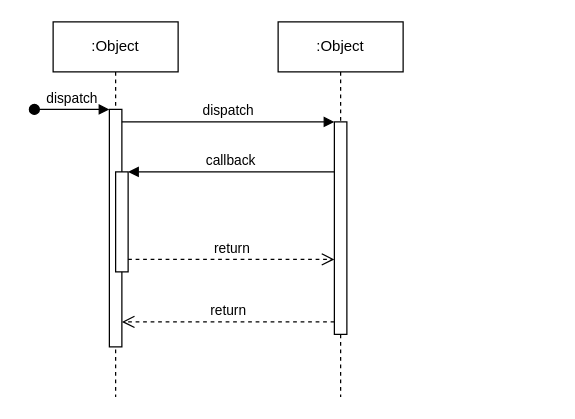
This is Untitled Diagram.drawio from maciejglownia/PhotoFromApi, a draw.io file, before an edit. Source tidied: cells renumbered, new cells numbered last; positions are measured from the earlier drawing's top-left corner, leaving out a move shared by most shapes. Both pictures are drawn from the tidied source at 125%, with x=0, y=0 at pixel (34, 21).
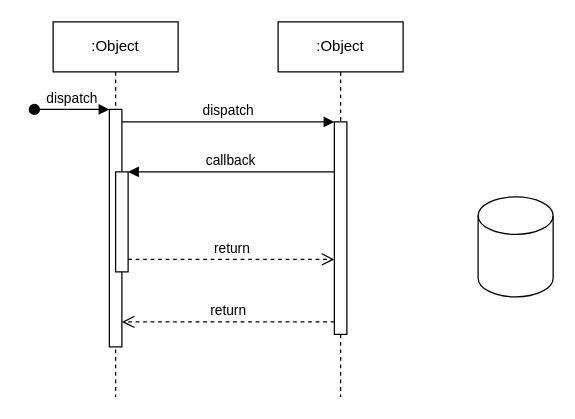
The same diagram, later.

Diff of the diagram source:
```diff
@@
 <mxGraphModel>
   <root>
     <mxCell id="0" />
     <mxCell id="1" parent="0" />
     <mxCell id="2" value=":Object" style="shape=umlLifeline;perimeter=lifelinePerimeter;whiteSpace=wrap;html=1;newEdgeStyle={&quot;edgeStyle&quot;:&quot;elbowEdgeStyle&quot;,&quot;elbow&quot;:&quot;vertical&quot;,&quot;curved&quot;:0,&quot;rounded&quot;:0};" parent="1" vertex="1">
       <mxGeometry x="15" width="100" height="300" as="geometry" />
     </mxCell>
     <mxCell id="3" style="html=1;points=[];perimeter=orthogonalPerimeter;outlineConnect=0;targetShapes=umlLifeline;portConstraint=eastwest;newEdgeStyle={&quot;edgeStyle&quot;:&quot;elbowEdgeStyle&quot;,&quot;elbow&quot;:&quot;vertical&quot;,&quot;curved&quot;:0,&quot;rounded&quot;:0};" parent="2" vertex="1">
       <mxGeometry x="45" y="70" width="10" height="190" as="geometry" />
     </mxCell>
     <mxCell id="4" value="dispatch" style="html=1;verticalAlign=bottom;startArrow=oval;endArrow=block;startSize=8;edgeStyle=elbowEdgeStyle;elbow=vertical;curved=0;rounded=0;" parent="2" edge="1" target="3">
       <mxGeometry relative="1" as="geometry">
         <mxPoint x="-15" y="70" as="sourcePoint" />
       </mxGeometry>
     </mxCell>
     <mxCell id="5" style="html=1;points=[];perimeter=orthogonalPerimeter;outlineConnect=0;targetShapes=umlLifeline;portConstraint=eastwest;newEdgeStyle={&quot;edgeStyle&quot;:&quot;elbowEdgeStyle&quot;,&quot;elbow&quot;:&quot;vertical&quot;,&quot;curved&quot;:0,&quot;rounded&quot;:0};" parent="2" vertex="1">
       <mxGeometry x="50" y="120" width="10" height="80" as="geometry" />
     </mxCell>
     <mxCell id="6" value=":Object" style="shape=umlLifeline;perimeter=lifelinePerimeter;whiteSpace=wrap;html=1;newEdgeStyle={&quot;edgeStyle&quot;:&quot;elbowEdgeStyle&quot;,&quot;elbow&quot;:&quot;vertical&quot;,&quot;curved&quot;:0,&quot;rounded&quot;:0};" parent="1" vertex="1">
       <mxGeometry x="195" width="100" height="300" as="geometry" />
     </mxCell>
     <mxCell id="7" style="html=1;points=[];perimeter=orthogonalPerimeter;outlineConnect=0;targetShapes=umlLifeline;portConstraint=eastwest;newEdgeStyle={&quot;edgeStyle&quot;:&quot;elbowEdgeStyle&quot;,&quot;elbow&quot;:&quot;vertical&quot;,&quot;curved&quot;:0,&quot;rounded&quot;:0};" parent="6" vertex="1">
       <mxGeometry x="45" y="80" width="10" height="170" as="geometry" />
     </mxCell>
     <mxCell id="8" value="dispatch" style="html=1;verticalAlign=bottom;endArrow=block;edgeStyle=elbowEdgeStyle;elbow=vertical;curved=0;rounded=0;" parent="1" edge="1" source="3" target="7">
       <mxGeometry relative="1" as="geometry">
         <Array as="points">
           <mxPoint x="155" y="80" />
         </Array>
       </mxGeometry>
     </mxCell>
     <mxCell id="9" value="return" style="html=1;verticalAlign=bottom;endArrow=open;dashed=1;endSize=8;edgeStyle=elbowEdgeStyle;elbow=vertical;curved=0;rounded=0;" parent="1" edge="1" source="7" target="3">
       <mxGeometry relative="1" as="geometry">
         <Array as="points">
           <mxPoint x="165" y="240" />
         </Array>
       </mxGeometry>
     </mxCell>
     <mxCell id="10" value="callback" style="html=1;verticalAlign=bottom;endArrow=block;edgeStyle=elbowEdgeStyle;elbow=vertical;curved=0;rounded=0;" parent="1" edge="1" source="7" target="5">
       <mxGeometry relative="1" as="geometry">
         <Array as="points">
           <mxPoint x="165" y="120" />
         </Array>
       </mxGeometry>
     </mxCell>
     <mxCell id="11" value="return" style="html=1;verticalAlign=bottom;endArrow=open;dashed=1;endSize=8;edgeStyle=elbowEdgeStyle;elbow=vertical;curved=0;rounded=0;" parent="1" edge="1" source="5" target="7">
       <mxGeometry relative="1" as="geometry">
         <Array as="points">
           <mxPoint x="155" y="190" />
         </Array>
       </mxGeometry>
     </mxCell>
+    <mxCell id="12" style="shape=cylinder3;whiteSpace=wrap;html=1;boundedLbl=1;backgroundOutline=1;size=15;" parent="1" vertex="1">
+      <mxGeometry x="355" y="140" width="60" height="80" as="geometry" />
+    </mxCell>
   </root>
 </mxGraphModel>
```
